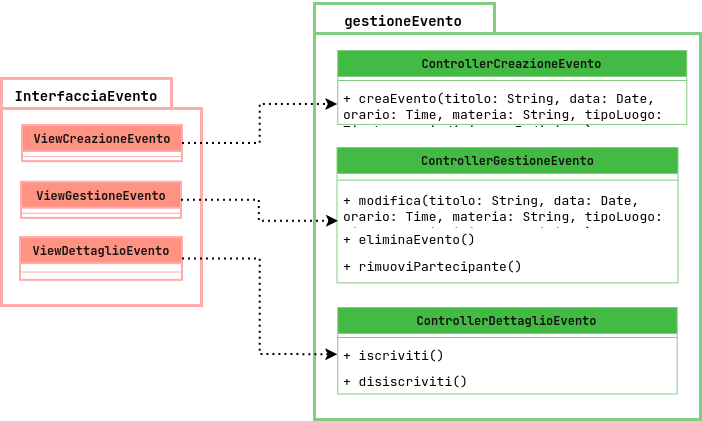
federicoporpora/studyLink keeps this draw.io diagram as latex/images/diagramma-dei-package-evento.png. Above is the earlier version. Source tidied: cells renumbered, new cells last; positions are measured from the earlier drawing's top-left corner, leaving out a move shared by most shapes.
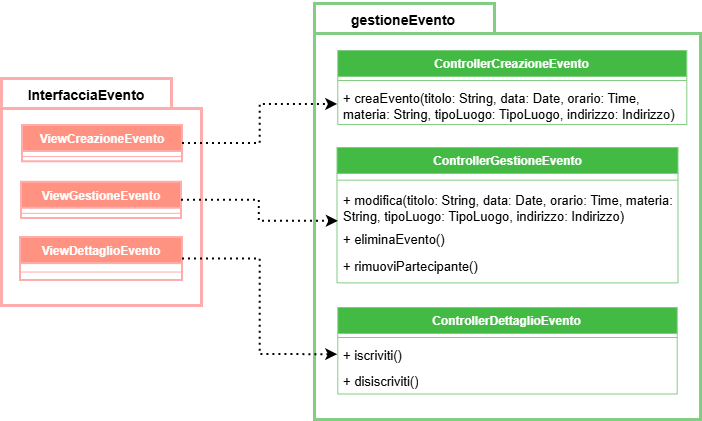
The same file after the commit.

What changed in the source:
```diff
@@ -5,25 +5,25 @@
     <mxCell id="2" style="group;" parent="1" vertex="1">
       <mxGeometry y="78" width="200" height="227" as="geometry" />
     </mxCell>
-    <mxCell id="3" style="shape=folder;fontStyle=1;spacingTop=10;tabWidth=170;tabHeight=30;tabPosition=left;html=1;whiteSpace=wrap;fillColor=light-dark(#E51400,#FFFFFF);fontColor=#ffffff;strokeColor=#B20000;strokeWidth=3;" parent="2" vertex="1">
+    <mxCell id="3" style="shape=folder;fontStyle=1;spacingTop=10;tabWidth=170;tabHeight=30;tabPosition=left;html=1;whiteSpace=wrap;fillColor=light-dark(#FFFFFF,#E51400);fontColor=#ffffff;strokeColor=light-dark(#FFACAC,#B20000);strokeWidth=3;" parent="2" vertex="1">
       <mxGeometry width="200" height="227" as="geometry" />
     </mxCell>
     <mxCell id="4" value="InterfacciaEvento" style="text;html=1;whiteSpace=wrap;strokeColor=none;fillColor=none;align=center;verticalAlign=middle;rounded=0;fontColor=light-dark(#000000,#000000);fontStyle=1;fontSize=14;" parent="2" vertex="1">
       <mxGeometry y="-2" width="170" height="38" as="geometry" />
     </mxCell>
-    <mxCell id="5" value="ViewGestioneEvento" style="swimlane;fontStyle=1;align=center;verticalAlign=top;horizontal=1;startSize=26;whiteSpace=wrap;html=1;fillColor=#e51400;strokeColor=#B20000;fontColor=#ffffff;strokeWidth=2;" parent="2" vertex="1">
+    <mxCell id="5" value="ViewGestioneEvento" style="swimlane;fontStyle=1;align=center;verticalAlign=top;horizontal=1;startSize=26;whiteSpace=wrap;html=1;fillColor=light-dark(#FF9281,#E51400);strokeColor=light-dark(#FFACAC,#B20000);fontColor=#ffffff;strokeWidth=2;" parent="2" vertex="1">
       <mxGeometry x="20" y="103.7" width="160" height="36.1" as="geometry" />
     </mxCell>
     <mxCell id="6" style="line;strokeWidth=1;fillColor=none;align=left;verticalAlign=middle;spacingTop=-1;spacingLeft=3;spacingRight=3;labelPosition=right;strokeColor=inherit;" parent="5" vertex="1">
       <mxGeometry y="26" width="160" height="10.1" as="geometry" />
     </mxCell>
-    <mxCell id="7" value="ViewDettaglioEvento" style="swimlane;fontStyle=1;align=center;verticalAlign=top;horizontal=1;startSize=26;whiteSpace=wrap;html=1;fillColor=#e51400;strokeColor=#B20000;fontColor=#ffffff;strokeWidth=2;" parent="2" vertex="1">
+    <mxCell id="7" value="ViewDettaglioEvento" style="swimlane;fontStyle=1;align=center;verticalAlign=top;horizontal=1;startSize=26;whiteSpace=wrap;html=1;fillColor=light-dark(#FF9281,#E51400);strokeColor=light-dark(#FFACAC,#B20000);fontColor=#ffffff;strokeWidth=2;" parent="2" vertex="1">
       <mxGeometry x="19" y="159.1" width="162" height="42.9" as="geometry" />
     </mxCell>
     <mxCell id="8" style="line;strokeWidth=1;fillColor=none;align=left;verticalAlign=middle;spacingTop=-1;spacingLeft=3;spacingRight=3;labelPosition=right;strokeColor=inherit;" parent="7" vertex="1">
       <mxGeometry y="26" width="162" height="16.9" as="geometry" />
     </mxCell>
-    <mxCell id="9" value="ViewCreazioneEvento" style="swimlane;fontStyle=1;align=center;verticalAlign=top;horizontal=1;startSize=26;whiteSpace=wrap;html=1;fillColor=#e51400;strokeColor=#B20000;fontColor=#ffffff;strokeWidth=2;" parent="2" vertex="1">
+    <mxCell id="9" value="ViewCreazioneEvento" style="swimlane;fontStyle=1;align=center;verticalAlign=top;horizontal=1;startSize=26;whiteSpace=wrap;html=1;fillColor=light-dark(#FF9281,#E51400);strokeColor=light-dark(#FFACAC,#B20000);fontColor=#ffffff;strokeWidth=2;" parent="2" vertex="1">
       <mxGeometry x="21" y="47" width="160" height="36.1" as="geometry" />
     </mxCell>
     <mxCell id="10" style="line;strokeWidth=1;fillColor=none;align=left;verticalAlign=middle;spacingTop=-1;spacingLeft=3;spacingRight=3;labelPosition=right;strokeColor=inherit;" parent="9" vertex="1">
@@ -32,13 +32,13 @@
     <mxCell id="11" style="group;" parent="1" vertex="1">
       <mxGeometry x="313" y="37" width="386" height="383" as="geometry" />
     </mxCell>
-    <mxCell id="12" style="shape=folder;fontStyle=1;spacingTop=10;tabWidth=180;tabHeight=30;tabPosition=left;html=1;whiteSpace=wrap;fillColor=light-dark(#008A00,#FFFFFF);fontColor=#ffffff;strokeColor=#005700;strokeWidth=3;" parent="11" vertex="1">
+    <mxCell id="12" style="shape=folder;fontStyle=1;spacingTop=10;tabWidth=180;tabHeight=30;tabPosition=left;html=1;whiteSpace=wrap;fillColor=light-dark(#FFFFFF,#008A00);fontColor=#ffffff;strokeColor=light-dark(#82CD82,#005700);strokeWidth=3;" parent="11" vertex="1">
       <mxGeometry y="-34" width="386" height="416" as="geometry" />
     </mxCell>
     <mxCell id="13" value="gestioneEvento" style="text;html=1;whiteSpace=wrap;strokeColor=none;fillColor=none;align=center;verticalAlign=middle;rounded=0;fontColor=light-dark(#000000,#000000);fontStyle=1;fontSize=14;" parent="11" vertex="1">
       <mxGeometry x="7" y="-37" width="164.5" height="40.7" as="geometry" />
     </mxCell>
-    <mxCell id="14" value="ControllerGestioneEvento" style="swimlane;fontStyle=1;align=center;verticalAlign=top;horizontal=1;startSize=26;whiteSpace=wrap;html=1;fillColor=#008a00;fontColor=#ffffff;strokeColor=#005700;" parent="11" vertex="1">
+    <mxCell id="14" value="ControllerGestioneEvento" style="swimlane;fontStyle=1;align=center;verticalAlign=top;horizontal=1;startSize=26;whiteSpace=wrap;html=1;fillColor=light-dark(#43BA43,#008A00);fontColor=#ffffff;strokeColor=light-dark(#82CD82,#005700);" parent="11" vertex="1">
       <mxGeometry x="22.5" y="110" width="341" height="135.4" as="geometry" />
     </mxCell>
     <mxCell id="15" style="line;strokeWidth=1;fillColor=none;align=left;verticalAlign=middle;spacingTop=-1;spacingLeft=3;spacingRight=3;labelPosition=right;strokeColor=inherit;" parent="14" vertex="1">
@@ -53,7 +53,7 @@
     <mxCell id="18" value="&lt;font style=&quot;color: light-dark(rgb(0, 0, 0), rgb(0, 0, 0));&quot;&gt;&lt;span style=&quot;font-size: 13px;&quot;&gt;+ rimuoviPartecipante()&lt;/span&gt;&lt;/font&gt;" style="text;strokeColor=none;fillColor=none;align=left;verticalAlign=top;spacingLeft=4;spacingRight=4;overflow=hidden;whiteSpace=wrap;html=1;" parent="14" vertex="1">
       <mxGeometry y="105.4" width="341" height="30" as="geometry" />
     </mxCell>
-    <mxCell id="19" value="ControllerDettaglioEvento" style="swimlane;fontStyle=1;align=center;verticalAlign=top;horizontal=1;startSize=26;whiteSpace=wrap;html=1;fillColor=#008a00;fontColor=#ffffff;strokeColor=#005700;" parent="11" vertex="1">
+    <mxCell id="19" value="ControllerDettaglioEvento" style="swimlane;fontStyle=1;align=center;verticalAlign=top;horizontal=1;startSize=26;whiteSpace=wrap;html=1;fillColor=light-dark(#43BA43,#008A00);fontColor=#ffffff;strokeColor=light-dark(#82CD82,#005700);" parent="11" vertex="1">
       <mxGeometry x="23.3" y="270" width="339.4" height="86.5" as="geometry" />
     </mxCell>
     <mxCell id="20" style="line;strokeWidth=1;fillColor=none;align=left;verticalAlign=middle;spacingTop=-1;spacingLeft=3;spacingRight=3;labelPosition=right;strokeColor=inherit;" parent="19" vertex="1">
@@ -65,7 +65,7 @@
     <mxCell id="22" value="+ disiscriviti()" style="text;strokeColor=none;fillColor=none;align=left;verticalAlign=top;spacingLeft=4;spacingRight=4;overflow=hidden;whiteSpace=wrap;html=1;fontColor=light-dark(#000000,#000000);fontStyle=0;fontSize=13;" parent="19" vertex="1">
       <mxGeometry y="60.3" width="339.4" height="26.2" as="geometry" />
     </mxCell>
-    <mxCell id="23" value="ControllerCreazioneEvento" style="swimlane;fontStyle=1;align=center;verticalAlign=top;horizontal=1;startSize=26;whiteSpace=wrap;html=1;fillColor=#008a00;fontColor=#ffffff;strokeColor=#005700;" parent="11" vertex="1">
+    <mxCell id="23" value="ControllerCreazioneEvento" style="swimlane;fontStyle=1;align=center;verticalAlign=top;horizontal=1;startSize=26;whiteSpace=wrap;html=1;fillColor=light-dark(#43BA43,#008A00);fontColor=#ffffff;strokeColor=light-dark(#82CD82,#005700);" parent="11" vertex="1">
       <mxGeometry x="23.3" y="13" width="349" height="74" as="geometry" />
     </mxCell>
     <mxCell id="24" style="line;strokeWidth=1;fillColor=none;align=left;verticalAlign=middle;spacingTop=-1;spacingLeft=3;spacingRight=3;labelPosition=right;strokeColor=inherit;" parent="23" vertex="1">
```
